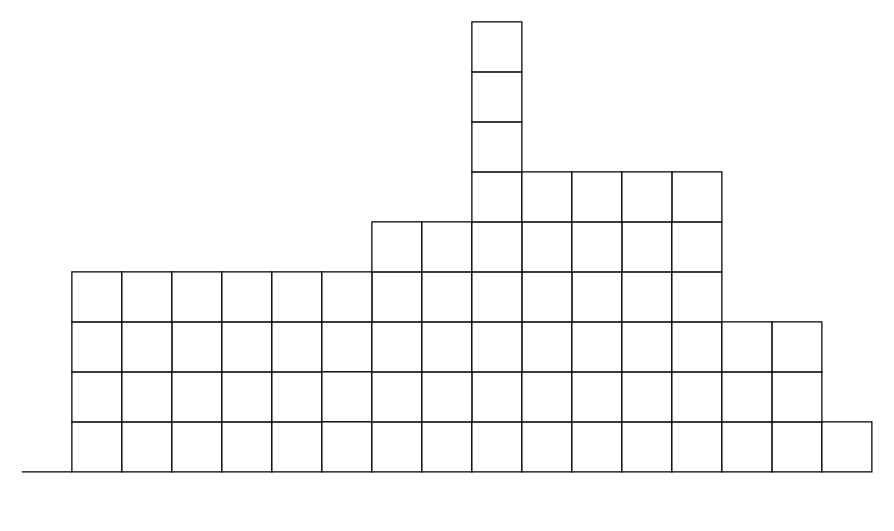
Before: 02_algorithms_and_data_structures_advanced/01_python/01_arrays/04_two_pointers/06_trapping_rain_water/drawings/trapping_rain_water.drawio in PavleSarenac/neetcode, a draw.io diagram. Source tidied: cells renumbered, new cells numbered last; positions are measured from the earlier drawing's top-left corner, leaving out a move shared by most shapes. Both pictures are drawn from the tidied source at 125%, with x=0, y=0 at pixel (21, 21).
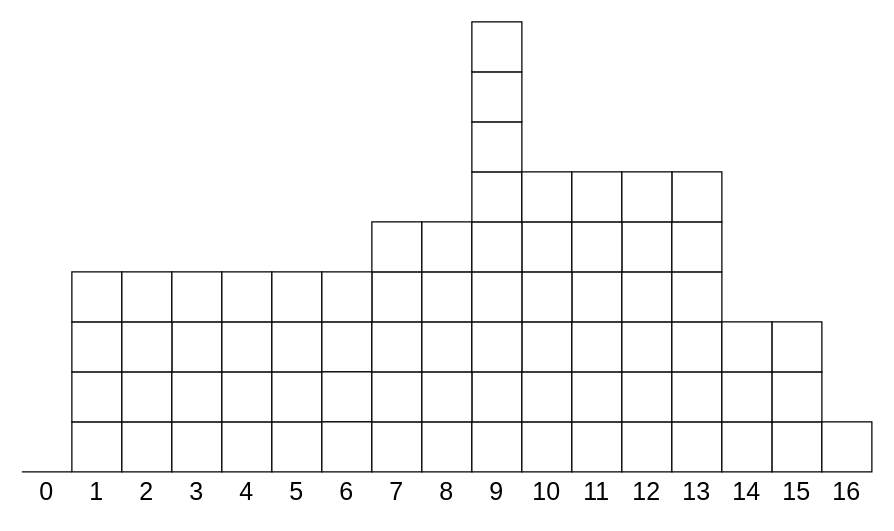
The same page after the edit.

Commit message (it also covers changes not shown here):
feat: added indexing to diagram for '42. Trapping Rain Water'

What changed in the source:
```diff
@@
+    <mxCell id="77" value="&lt;font style=&quot;font-size: 20px;&quot;&gt;0&lt;/font&gt;" style="text;html=1;whiteSpace=wrap;strokeColor=none;fillColor=none;align=center;verticalAlign=middle;rounded=0;" parent="1" vertex="1">
+      <mxGeometry y="360" width="40" height="30" as="geometry" />
+    </mxCell>
+    <mxCell id="78" value="&lt;font style=&quot;font-size: 20px;&quot;&gt;1&lt;/font&gt;" style="text;html=1;whiteSpace=wrap;strokeColor=none;fillColor=none;align=center;verticalAlign=middle;rounded=0;" parent="1" vertex="1">
+      <mxGeometry x="40" y="360" width="40" height="30" as="geometry" />
+    </mxCell>
+    <mxCell id="79" value="&lt;font style=&quot;font-size: 20px;&quot;&gt;2&lt;/font&gt;" style="text;html=1;whiteSpace=wrap;strokeColor=none;fillColor=none;align=center;verticalAlign=middle;rounded=0;" parent="1" vertex="1">
+      <mxGeometry x="80" y="360" width="40" height="30" as="geometry" />
+    </mxCell>
+    <mxCell id="80" value="&lt;font style=&quot;font-size: 20px;&quot;&gt;3&lt;/font&gt;" style="text;html=1;whiteSpace=wrap;strokeColor=none;fillColor=none;align=center;verticalAlign=middle;rounded=0;" parent="1" vertex="1">
+      <mxGeometry x="120" y="360" width="40" height="30" as="geometry" />
+    </mxCell>
+    <mxCell id="81" value="&lt;font style=&quot;font-size: 20px;&quot;&gt;4&lt;/font&gt;" style="text;html=1;whiteSpace=wrap;strokeColor=none;fillColor=none;align=center;verticalAlign=middle;rounded=0;" parent="1" vertex="1">
+      <mxGeometry x="160" y="360" width="40" height="30" as="geometry" />
+    </mxCell>
+    <mxCell id="82" value="&lt;font style=&quot;font-size: 20px;&quot;&gt;5&lt;/font&gt;" style="text;html=1;whiteSpace=wrap;strokeColor=none;fillColor=none;align=center;verticalAlign=middle;rounded=0;" parent="1" vertex="1">
+      <mxGeometry x="200" y="360" width="40" height="30" as="geometry" />
+    </mxCell>
+    <mxCell id="83" value="&lt;font style=&quot;font-size: 20px;&quot;&gt;6&lt;/font&gt;" style="text;html=1;whiteSpace=wrap;strokeColor=none;fillColor=none;align=center;verticalAlign=middle;rounded=0;" parent="1" vertex="1">
+      <mxGeometry x="240" y="360" width="40" height="30" as="geometry" />
+    </mxCell>
+    <mxCell id="84" value="&lt;font style=&quot;font-size: 20px;&quot;&gt;7&lt;/font&gt;" style="text;html=1;whiteSpace=wrap;strokeColor=none;fillColor=none;align=center;verticalAlign=middle;rounded=0;" parent="1" vertex="1">
+      <mxGeometry x="280" y="360" width="40" height="30" as="geometry" />
+    </mxCell>
+    <mxCell id="85" value="&lt;font style=&quot;font-size: 20px;&quot;&gt;8&lt;/font&gt;" style="text;html=1;whiteSpace=wrap;strokeColor=none;fillColor=none;align=center;verticalAlign=middle;rounded=0;" parent="1" vertex="1">
+      <mxGeometry x="320" y="360" width="40" height="30" as="geometry" />
+    </mxCell>
+    <mxCell id="86" value="&lt;span style=&quot;font-size: 20px;&quot;&gt;9&lt;/span&gt;" style="text;html=1;whiteSpace=wrap;strokeColor=none;fillColor=none;align=center;verticalAlign=middle;rounded=0;" parent="1" vertex="1">
+      <mxGeometry x="360" y="360" width="40" height="30" as="geometry" />
+    </mxCell>
+    <mxCell id="87" value="&lt;font style=&quot;font-size: 20px;&quot;&gt;10&lt;/font&gt;" style="text;html=1;whiteSpace=wrap;strokeColor=none;fillColor=none;align=center;verticalAlign=middle;rounded=0;" parent="1" vertex="1">
+      <mxGeometry x="400" y="360" width="40" height="30" as="geometry" />
+    </mxCell>
+    <mxCell id="88" value="&lt;font style=&quot;font-size: 20px;&quot;&gt;11&lt;/font&gt;" style="text;html=1;whiteSpace=wrap;strokeColor=none;fillColor=none;align=center;verticalAlign=middle;rounded=0;" parent="1" vertex="1">
+      <mxGeometry x="440" y="360" width="40" height="30" as="geometry" />
+    </mxCell>
+    <mxCell id="89" value="&lt;span style=&quot;font-size: 20px;&quot;&gt;12&lt;/span&gt;" style="text;html=1;whiteSpace=wrap;strokeColor=none;fillColor=none;align=center;verticalAlign=middle;rounded=0;" parent="1" vertex="1">
+      <mxGeometry x="480" y="360" width="40" height="30" as="geometry" />
+    </mxCell>
+    <mxCell id="90" value="&lt;span style=&quot;font-size: 20px;&quot;&gt;13&lt;/span&gt;" style="text;html=1;whiteSpace=wrap;strokeColor=none;fillColor=none;align=center;verticalAlign=middle;rounded=0;" parent="1" vertex="1">
+      <mxGeometry x="520" y="360" width="40" height="30" as="geometry" />
+    </mxCell>
+    <mxCell id="91" value="&lt;span style=&quot;font-size: 20px;&quot;&gt;14&lt;/span&gt;" style="text;html=1;whiteSpace=wrap;strokeColor=none;fillColor=none;align=center;verticalAlign=middle;rounded=0;" parent="1" vertex="1">
+      <mxGeometry x="560" y="360" width="40" height="30" as="geometry" />
+    </mxCell>
+    <mxCell id="92" value="&lt;span style=&quot;font-size: 20px;&quot;&gt;15&lt;/span&gt;" style="text;html=1;whiteSpace=wrap;strokeColor=none;fillColor=none;align=center;verticalAlign=middle;rounded=0;" parent="1" vertex="1">
+      <mxGeometry x="600" y="360" width="40" height="30" as="geometry" />
+    </mxCell>
+    <mxCell id="93" value="&lt;span style=&quot;font-size: 20px;&quot;&gt;16&lt;/span&gt;" style="text;html=1;whiteSpace=wrap;strokeColor=none;fillColor=none;align=center;verticalAlign=middle;rounded=0;" parent="1" vertex="1">
+      <mxGeometry x="640" y="360" width="40" height="30" as="geometry" />
+    </mxCell>
```
